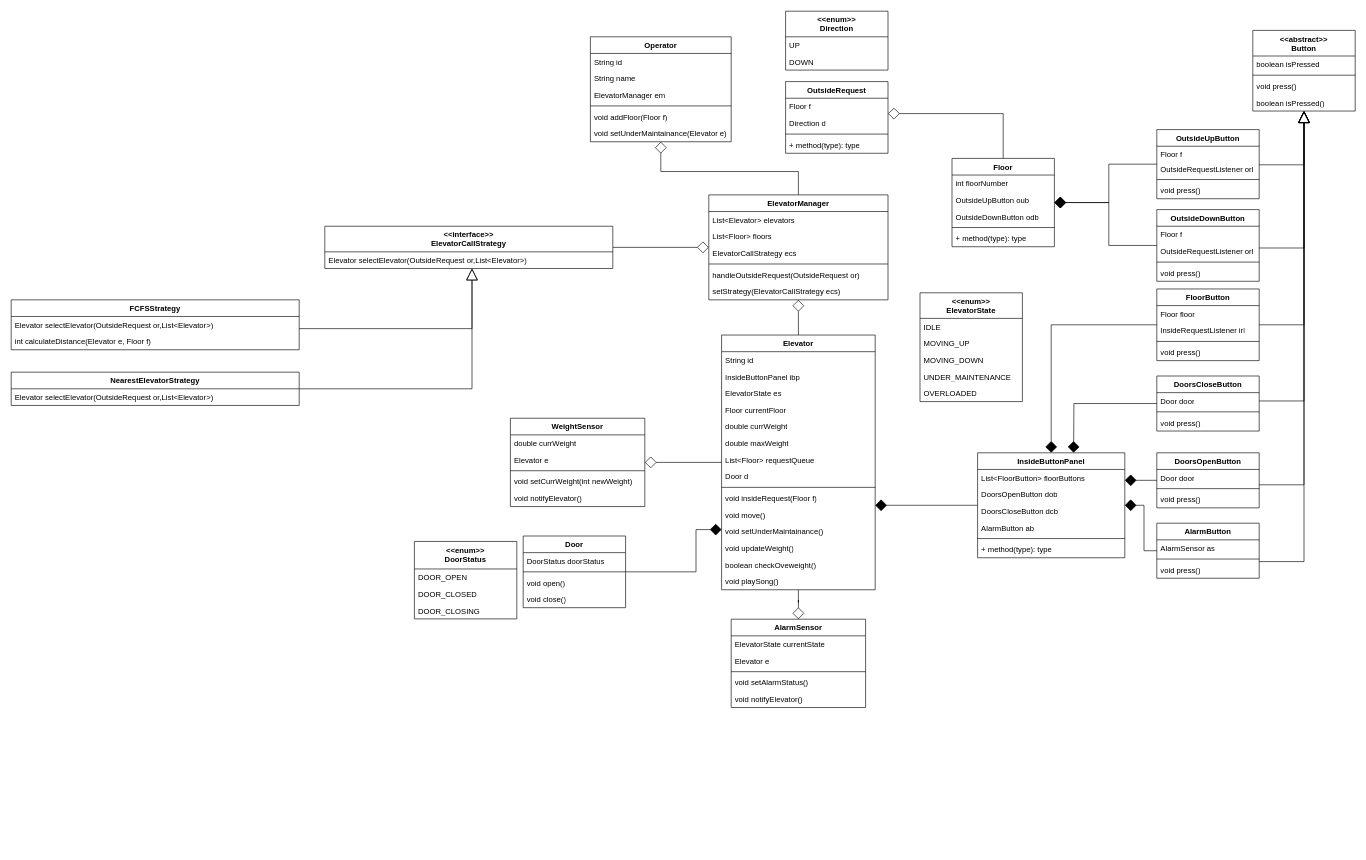
akshat-code21/elevator_lld keeps this draw.io diagram as Elevator.drawio. Above is the earlier version. Source tidied: cells renumbered, new cells numbered last; positions are measured from the earlier drawing's top-left corner, leaving out a move shared by most shapes. Both pictures are drawn from the tidied source at 64%, with x=0, y=0 at pixel (11, 11).
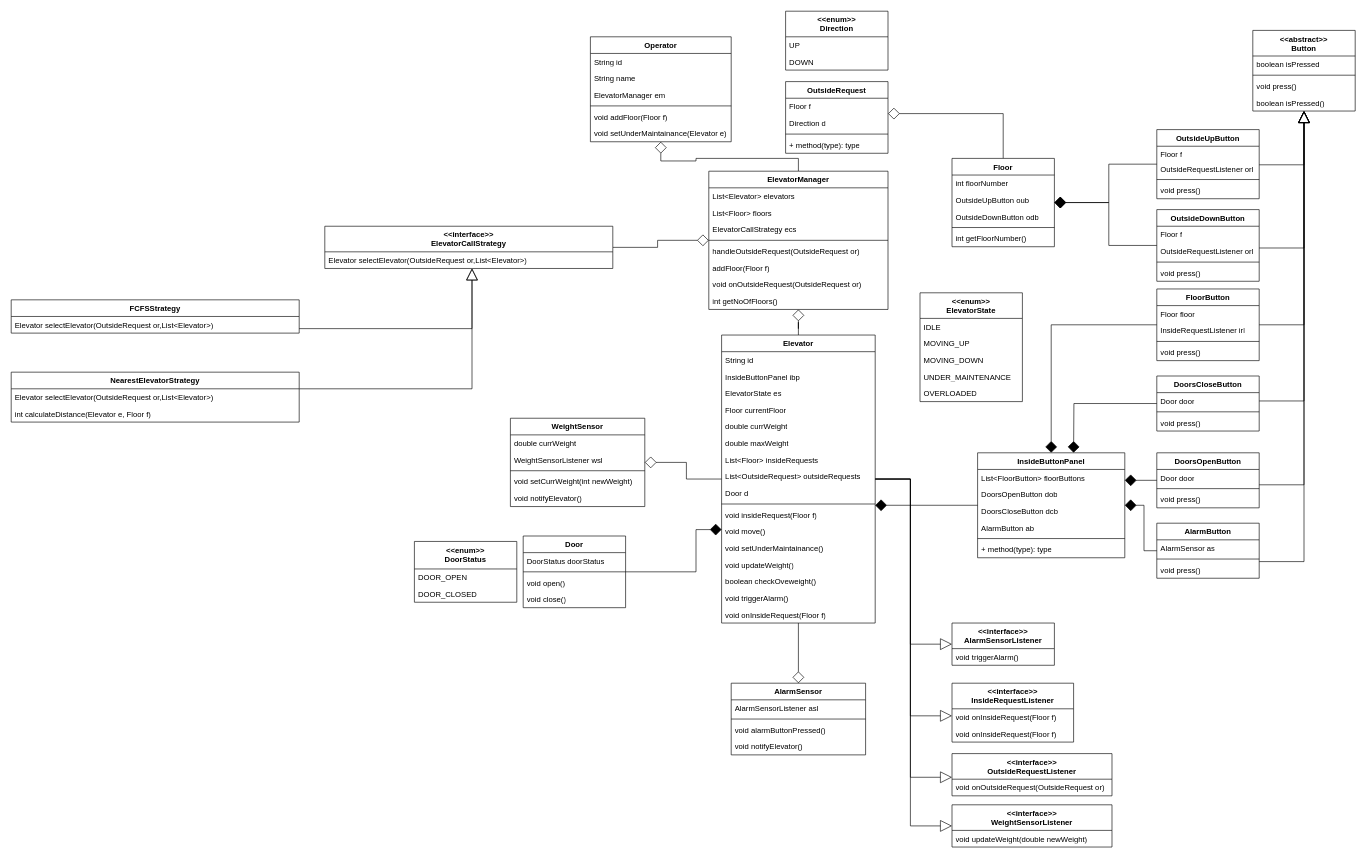
After the change.

The change refers to these unchanged cells:
```xml
<mxCell id="67" value="Floor" style="swimlane;fontStyle=1;align=center;verticalAlign=top;horizontal=1;startSize=26;whiteSpace=wrap;html=1;" parent="1" vertex="1">
  <mxGeometry x="1470" y="230" width="160" height="138" as="geometry" />
</mxCell>
<mxCell id="119" value="WeightSensor" style="swimlane;fontStyle=1;align=center;verticalAlign=top;horizontal=1;startSize=26;whiteSpace=wrap;html=1;" parent="1" vertex="1">
  <mxGeometry x="780" y="636" width="210" height="138" as="geometry" />
</mxCell>
```

Change to the diagram source:
```diff
@@
+    <mxCell id="141" style="edgeStyle=orthogonalEdgeStyle;rounded=0;jettySize=auto;html=1;strokeColor=default;align=center;verticalAlign=middle;fontFamily=Helvetica;fontSize=11;fontColor=default;labelBackgroundColor=default;startSize=16;endArrow=block;endFill=0;endSize=16;" parent="1" edge="1" source="5" target="147">
+      <mxGeometry relative="1" as="geometry" />
+    </mxCell>
+    <mxCell id="142" style="edgeStyle=orthogonalEdgeStyle;rounded=0;jettySize=auto;html=1;strokeColor=default;align=center;verticalAlign=middle;fontFamily=Helvetica;fontSize=11;fontColor=default;labelBackgroundColor=default;startSize=16;endArrow=block;endFill=0;endSize=16;" parent="1" edge="1" source="5" target="154">
+      <mxGeometry relative="1" as="geometry">
+        <Array as="points">
+          <mxPoint x="1405" y="731" />
+          <mxPoint x="1405" y="1273" />
+        </Array>
+      </mxGeometry>
+    </mxCell>
     <mxCell id="5" value="Elevator" style="swimlane;fontStyle=1;align=center;verticalAlign=top;horizontal=1;startSize=26;whiteSpace=wrap;html=1;" parent="1" vertex="1">
-      <mxGeometry x="1110" y="506" width="240" height="398" as="geometry" />
+      <mxGeometry x="1110" y="506" width="240" height="450" as="geometry" />
     </mxCell>
@@
-    <mxCell id="12" value="List&amp;lt;Floor&amp;gt; requestQueue" style="text;strokeColor=none;fillColor=none;align=left;verticalAlign=top;spacingLeft=4;spacingRight=4;overflow=hidden;whiteSpace=wrap;html=1;" parent="5" vertex="1">
+    <mxCell id="12" value="List&amp;lt;Floor&amp;gt; insideRequests" style="text;strokeColor=none;fillColor=none;align=left;verticalAlign=top;spacingLeft=4;spacingRight=4;overflow=hidden;whiteSpace=wrap;html=1;" parent="5" vertex="1">
       <mxGeometry y="182" width="240" height="26" as="geometry" />
     </mxCell>
+    <mxCell id="143" value="List&amp;lt;OutsideRequest&amp;gt; outsideRequests" style="text;strokeColor=none;fillColor=none;align=left;verticalAlign=top;spacingLeft=4;spacingRight=4;overflow=hidden;whiteSpace=wrap;html=1;" parent="5" vertex="1">
+      <mxGeometry y="208" width="240" height="26" as="geometry" />
+    </mxCell>
     <mxCell id="13" value="Door d" style="text;strokeColor=none;fillColor=none;align=left;verticalAlign=top;spacingLeft=4;spacingRight=4;overflow=hidden;whiteSpace=wrap;html=1;" parent="5" vertex="1">
-      <mxGeometry y="208" width="240" height="26" as="geometry" />
+      <mxGeometry y="234" width="240" height="26" as="geometry" />
     </mxCell>
     <mxCell id="14" style="line;strokeWidth=1;fillColor=none;align=left;verticalAlign=middle;spacingTop=-1;spacingLeft=3;spacingRight=3;labelPosition=right;strokeColor=inherit;" parent="5" vertex="1">
-      <mxGeometry y="234" width="240" height="8" as="geometry" />
+      <mxGeometry y="260" width="240" height="8" as="geometry" />
     </mxCell>
     <mxCell id="15" value="void insideRequest(Floor f)" style="text;strokeColor=none;fillColor=none;align=left;verticalAlign=top;spacingLeft=4;spacingRight=4;overflow=hidden;whiteSpace=wrap;html=1;" parent="5" vertex="1">
-      <mxGeometry y="242" width="240" height="26" as="geometry" />
+      <mxGeometry y="268" width="240" height="26" as="geometry" />
     </mxCell>
     <mxCell id="16" value="void move()" style="text;strokeColor=none;fillColor=none;align=left;verticalAlign=top;spacingLeft=4;spacingRight=4;overflow=hidden;whiteSpace=wrap;html=1;" parent="5" vertex="1">
-      <mxGeometry y="268" width="240" height="26" as="geometry" />
+      <mxGeometry y="294" width="240" height="26" as="geometry" />
     </mxCell>
     <mxCell id="17" value="void setUnderMaintainance()" style="text;strokeColor=none;fillColor=none;align=left;verticalAlign=top;spacingLeft=4;spacingRight=4;overflow=hidden;whiteSpace=wrap;html=1;" parent="5" vertex="1">
-      <mxGeometry y="294" width="240" height="26" as="geometry" />
+      <mxGeometry y="320" width="240" height="26" as="geometry" />
     </mxCell>
     <mxCell id="18" value="void updateWeight()" style="text;strokeColor=none;fillColor=none;align=left;verticalAlign=top;spacingLeft=4;spacingRight=4;overflow=hidden;whiteSpace=wrap;html=1;" parent="5" vertex="1">
-      <mxGeometry y="320" width="240" height="26" as="geometry" />
+      <mxGeometry y="346" width="240" height="26" as="geometry" />
     </mxCell>
     <mxCell id="19" value="boolean checkOveweight()" style="text;strokeColor=none;fillColor=none;align=left;verticalAlign=top;spacingLeft=4;spacingRight=4;overflow=hidden;whiteSpace=wrap;html=1;" parent="5" vertex="1">
-      <mxGeometry y="346" width="240" height="26" as="geometry" />
+      <mxGeometry y="372" width="240" height="26" as="geometry" />
     </mxCell>
-    <mxCell id="20" value="void playSong()" style="text;strokeColor=none;fillColor=none;align=left;verticalAlign=top;spacingLeft=4;spacingRight=4;overflow=hidden;whiteSpace=wrap;html=1;" parent="5" vertex="1">
-      <mxGeometry y="372" width="240" height="26" as="geometry" />
+    <mxCell id="20" value="void triggerAlarm()" style="text;strokeColor=none;fillColor=none;align=left;verticalAlign=top;spacingLeft=4;spacingRight=4;overflow=hidden;whiteSpace=wrap;html=1;" parent="5" vertex="1">
+      <mxGeometry y="398" width="240" height="26" as="geometry" />
     </mxCell>
+    <mxCell id="144" value="void onInsideRequest(Floor f)" style="text;strokeColor=none;fillColor=none;align=left;verticalAlign=top;spacingLeft=4;spacingRight=4;overflow=hidden;whiteSpace=wrap;html=1;" parent="5" vertex="1">
+      <mxGeometry y="424" width="240" height="26" as="geometry" />
+    </mxCell>
@@
-    <mxCell id="72" value="+ method(type): type" style="text;strokeColor=none;fillColor=none;align=left;verticalAlign=top;spacingLeft=4;spacingRight=4;overflow=hidden;whiteSpace=wrap;html=1;" parent="67" vertex="1">
+    <mxCell id="72" value="int getFloorNumber()" style="text;strokeColor=none;fillColor=none;align=left;verticalAlign=top;spacingLeft=4;spacingRight=4;overflow=hidden;whiteSpace=wrap;html=1;" parent="67" vertex="1">
       <mxGeometry y="112" width="160" height="26" as="geometry" />
     </mxCell>
@@
     <mxCell id="87" value="ElevatorManager" style="swimlane;fontStyle=1;align=center;verticalAlign=top;horizontal=1;startSize=26;whiteSpace=wrap;html=1;" parent="1" vertex="1">
-      <mxGeometry x="1090" y="287" width="280" height="164" as="geometry" />
+      <mxGeometry x="1090" y="250" width="280" height="216" as="geometry" />
     </mxCell>
@@
-    <mxCell id="93" value="setStrategy(ElevatorCallStrategy ecs)" style="text;strokeColor=none;fillColor=none;align=left;verticalAlign=top;spacingLeft=4;spacingRight=4;overflow=hidden;whiteSpace=wrap;html=1;" parent="87" vertex="1">
+    <mxCell id="93" value="addFloor(Floor f)" style="text;strokeColor=none;fillColor=none;align=left;verticalAlign=top;spacingLeft=4;spacingRight=4;overflow=hidden;whiteSpace=wrap;html=1;" parent="87" vertex="1">
       <mxGeometry y="138" width="280" height="26" as="geometry" />
     </mxCell>
+    <mxCell id="145" value="void onOutsideRequest(OutsideRequest or)" style="text;strokeColor=none;fillColor=none;align=left;verticalAlign=top;spacingLeft=4;spacingRight=4;overflow=hidden;whiteSpace=wrap;html=1;" parent="87" vertex="1">
+      <mxGeometry y="164" width="280" height="26" as="geometry" />
+    </mxCell>
+    <mxCell id="146" value="int getNoOfFloors()" style="text;strokeColor=none;fillColor=none;align=left;verticalAlign=top;spacingLeft=4;spacingRight=4;overflow=hidden;whiteSpace=wrap;html=1;" parent="87" vertex="1">
+      <mxGeometry y="190" width="280" height="26" as="geometry" />
+    </mxCell>
@@
     <mxCell id="106" value="FCFSStrategy" style="swimlane;fontStyle=1;align=center;verticalAlign=top;horizontal=1;startSize=26;whiteSpace=wrap;html=1;" parent="1" vertex="1">
-      <mxGeometry y="451" width="450" height="78" as="geometry" />
+      <mxGeometry y="451" width="450" height="52" as="geometry" />
     </mxCell>
@@
-    <mxCell id="108" value="int calculateDistance(Elevator e, Floor f)" style="text;strokeColor=none;fillColor=none;align=left;verticalAlign=top;spacingLeft=4;spacingRight=4;overflow=hidden;whiteSpace=wrap;html=1;" parent="106" vertex="1">
-      <mxGeometry y="52" width="450" height="26" as="geometry" />
-    </mxCell>
@@
     <mxCell id="110" value="NearestElevatorStrategy" style="swimlane;fontStyle=1;align=center;verticalAlign=top;horizontal=1;startSize=26;whiteSpace=wrap;html=1;" parent="1" vertex="1">
-      <mxGeometry y="564" width="450" height="52" as="geometry" />
+      <mxGeometry y="564" width="450" height="78" as="geometry" />
     </mxCell>
@@
+    <mxCell id="108" value="int calculateDistance(Elevator e, Floor f)" style="text;strokeColor=none;fillColor=none;align=left;verticalAlign=top;spacingLeft=4;spacingRight=4;overflow=hidden;whiteSpace=wrap;html=1;" parent="110" vertex="1">
+      <mxGeometry y="52" width="450" height="26" as="geometry" />
+    </mxCell>
@@
-    <mxCell id="121" value="Elevator e" style="text;strokeColor=none;fillColor=none;align=left;verticalAlign=top;spacingLeft=4;spacingRight=4;overflow=hidden;whiteSpace=wrap;html=1;" parent="119" vertex="1">
+    <mxCell id="121" value="WeightSensorListener wsl" style="text;strokeColor=none;fillColor=none;align=left;verticalAlign=top;spacingLeft=4;spacingRight=4;overflow=hidden;whiteSpace=wrap;html=1;" parent="119" vertex="1">
       <mxGeometry y="52" width="210" height="26" as="geometry" />
     </mxCell>
@@
     <mxCell id="125" value="AlarmSensor" style="swimlane;fontStyle=1;align=center;verticalAlign=top;horizontal=1;startSize=26;whiteSpace=wrap;html=1;" parent="1" vertex="1">
-      <mxGeometry x="1125" y="950" width="210" height="138" as="geometry" />
+      <mxGeometry x="1125" y="1050" width="210" height="112" as="geometry" />
     </mxCell>
-    <mxCell id="126" value="ElevatorState currentState" style="text;strokeColor=none;fillColor=none;align=left;verticalAlign=top;spacingLeft=4;spacingRight=4;overflow=hidden;whiteSpace=wrap;html=1;" parent="125" vertex="1">
-      <mxGeometry y="26" width="210" height="26" as="geometry" />
-    </mxCell>
-    <mxCell id="127" value="Elevator e" style="text;strokeColor=none;fillColor=none;align=left;verticalAlign=top;spacingLeft=4;spacingRight=4;overflow=hidden;whiteSpace=wrap;html=1;" parent="125" vertex="1">
-      <mxGeometry y="52" width="210" height="26" as="geometry" />
+    <mxCell id="127" value="AlarmSensorListener asl" style="text;strokeColor=none;fillColor=none;align=left;verticalAlign=top;spacingLeft=4;spacingRight=4;overflow=hidden;whiteSpace=wrap;html=1;" parent="125" vertex="1">
+      <mxGeometry y="26" width="210" height="26" as="geometry" />
     </mxCell>
     <mxCell id="128" style="line;strokeWidth=1;fillColor=none;align=left;verticalAlign=middle;spacingTop=-1;spacingLeft=3;spacingRight=3;labelPosition=right;strokeColor=inherit;" parent="125" vertex="1">
-      <mxGeometry y="78" width="210" height="8" as="geometry" />
+      <mxGeometry y="52" width="210" height="8" as="geometry" />
     </mxCell>
-    <mxCell id="129" value="void setAlarmStatus()" style="text;strokeColor=none;fillColor=none;align=left;verticalAlign=top;spacingLeft=4;spacingRight=4;overflow=hidden;whiteSpace=wrap;html=1;" parent="125" vertex="1">
-      <mxGeometry y="86" width="210" height="26" as="geometry" />
+    <mxCell id="129" value="void alarmButtonPressed()" style="text;strokeColor=none;fillColor=none;align=left;verticalAlign=top;spacingLeft=4;spacingRight=4;overflow=hidden;whiteSpace=wrap;html=1;" parent="125" vertex="1">
+      <mxGeometry y="60" width="210" height="26" as="geometry" />
     </mxCell>
     <mxCell id="130" value="void notifyElevator()" style="text;strokeColor=none;fillColor=none;align=left;verticalAlign=top;spacingLeft=4;spacingRight=4;overflow=hidden;whiteSpace=wrap;html=1;" parent="125" vertex="1">
-      <mxGeometry y="112" width="210" height="26" as="geometry" />
+      <mxGeometry y="86" width="210" height="26" as="geometry" />
     </mxCell>
@@
     <mxCell id="137" value="&amp;lt;&amp;lt;enum&amp;gt;&amp;gt;&lt;br&gt;DoorStatus" style="swimlane;fontStyle=1;align=center;verticalAlign=top;horizontal=1;startSize=43;whiteSpace=wrap;html=1;" parent="1" vertex="1">
-      <mxGeometry x="630" y="828.5" width="160" height="121" as="geometry" />
+      <mxGeometry x="630" y="828.5" width="160" height="95" as="geometry" />
     </mxCell>
@@
-    <mxCell id="140" value="DOOR_CLOSING" style="text;strokeColor=none;fillColor=none;align=left;verticalAlign=top;spacingLeft=4;spacingRight=4;overflow=hidden;whiteSpace=wrap;html=1;" parent="137" vertex="1">
-      <mxGeometry y="95" width="160" height="26" as="geometry" />
-    </mxCell>
+    <mxCell id="147" value="&amp;lt;&amp;lt;interface&amp;gt;&amp;gt;&lt;div&gt;AlarmSensorListener&lt;/div&gt;" style="swimlane;fontStyle=1;align=center;verticalAlign=top;horizontal=1;startSize=40;whiteSpace=wrap;html=1;" parent="1" vertex="1">
+      <mxGeometry x="1470" y="956" width="160" height="66" as="geometry" />
+    </mxCell>
+    <mxCell id="148" value="void triggerAlarm()" style="text;strokeColor=none;fillColor=none;align=left;verticalAlign=top;spacingLeft=4;spacingRight=4;overflow=hidden;whiteSpace=wrap;html=1;" parent="147" vertex="1">
+      <mxGeometry y="40" width="160" height="26" as="geometry" />
+    </mxCell>
+    <mxCell id="149" value="&amp;lt;&amp;lt;interface&amp;gt;&amp;gt;&lt;div&gt;InsideRequestListener&lt;/div&gt;" style="swimlane;fontStyle=1;align=center;verticalAlign=top;horizontal=1;startSize=40;whiteSpace=wrap;html=1;" parent="1" vertex="1">
+      <mxGeometry x="1470" y="1050" width="190" height="92" as="geometry" />
+    </mxCell>
+    <mxCell id="150" value="void onInsideRequest(Floor f)" style="text;strokeColor=none;fillColor=none;align=left;verticalAlign=top;spacingLeft=4;spacingRight=4;overflow=hidden;whiteSpace=wrap;html=1;" parent="149" vertex="1">
+      <mxGeometry y="40" width="190" height="26" as="geometry" />
+    </mxCell>
+    <mxCell id="151" value="void onInsideRequest(Floor f)" style="text;strokeColor=none;fillColor=none;align=left;verticalAlign=top;spacingLeft=4;spacingRight=4;overflow=hidden;whiteSpace=wrap;html=1;" parent="149" vertex="1">
+      <mxGeometry y="66" width="190" height="26" as="geometry" />
+    </mxCell>
+    <mxCell id="152" value="&amp;lt;&amp;lt;interface&amp;gt;&amp;gt;&lt;div&gt;OutsideRequestListener&lt;/div&gt;" style="swimlane;fontStyle=1;align=center;verticalAlign=top;horizontal=1;startSize=40;whiteSpace=wrap;html=1;" parent="1" vertex="1">
+      <mxGeometry x="1470" y="1160" width="250" height="66" as="geometry" />
+    </mxCell>
+    <mxCell id="153" value="void onOutsideRequest(OutsideRequest or)" style="text;strokeColor=none;fillColor=none;align=left;verticalAlign=top;spacingLeft=4;spacingRight=4;overflow=hidden;whiteSpace=wrap;html=1;" parent="152" vertex="1">
+      <mxGeometry y="40" width="250" height="26" as="geometry" />
+    </mxCell>
+    <mxCell id="154" value="&amp;lt;&amp;lt;interface&amp;gt;&amp;gt;&lt;div&gt;WeightSensorListener&lt;/div&gt;" style="swimlane;fontStyle=1;align=center;verticalAlign=top;horizontal=1;startSize=40;whiteSpace=wrap;html=1;" parent="1" vertex="1">
+      <mxGeometry x="1470" y="1240" width="250" height="66" as="geometry" />
+    </mxCell>
+    <mxCell id="155" value="void updateWeight(double newWeight)" style="text;strokeColor=none;fillColor=none;align=left;verticalAlign=top;spacingLeft=4;spacingRight=4;overflow=hidden;whiteSpace=wrap;html=1;" parent="154" vertex="1">
+      <mxGeometry y="40" width="250" height="26" as="geometry" />
+    </mxCell>
+    <mxCell id="156" style="edgeStyle=orthogonalEdgeStyle;rounded=0;jettySize=auto;html=1;strokeColor=default;align=center;verticalAlign=middle;fontFamily=Helvetica;fontSize=11;fontColor=default;labelBackgroundColor=default;startSize=16;endArrow=block;endFill=0;endSize=16;" parent="1" edge="1" source="5" target="149">
+      <mxGeometry relative="1" as="geometry">
+        <Array as="points">
+          <mxPoint x="1405" y="731" />
+          <mxPoint x="1405" y="1101" />
+        </Array>
+      </mxGeometry>
+    </mxCell>
+    <mxCell id="157" style="edgeStyle=orthogonalEdgeStyle;rounded=0;orthogonalLoop=1;jettySize=auto;html=1;strokeColor=default;align=center;verticalAlign=middle;fontFamily=Helvetica;fontSize=11;fontColor=default;labelBackgroundColor=default;startSize=16;endArrow=block;endFill=0;endSize=16;" parent="1" edge="1">
+      <mxGeometry relative="1" as="geometry">
+        <mxPoint x="1350" y="731" as="sourcePoint" />
+        <mxPoint x="1470" y="1197" as="targetPoint" />
+        <Array as="points">
+          <mxPoint x="1405" y="731" />
+          <mxPoint x="1405" y="1197" />
+        </Array>
+      </mxGeometry>
+    </mxCell>
```
